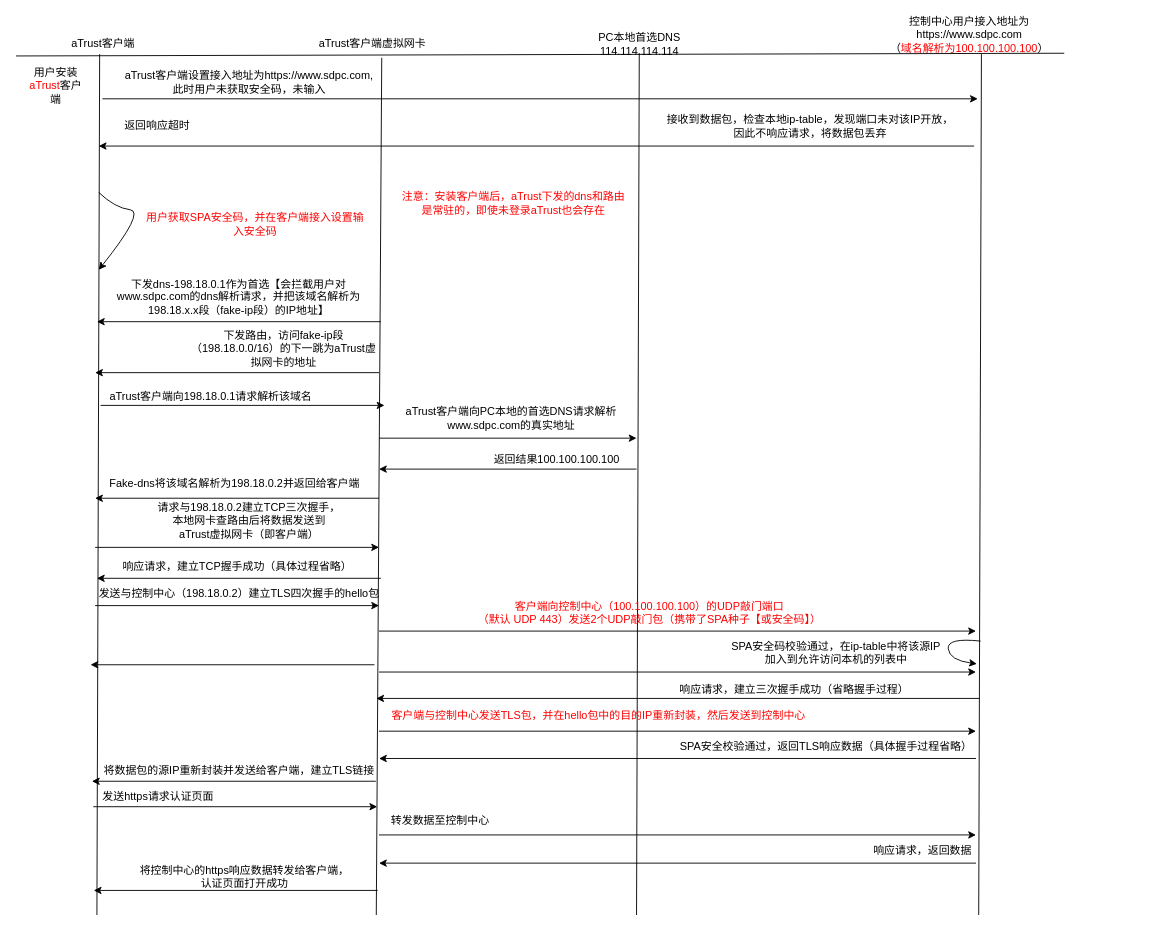
The draw.io diagram SPA----UDP敲门+TCP业 务隐身原理流程.drawio in lixi47/java--, before the edit. Source tidied: cells renumbered, new cells numbered last; positions are measured from the earlier drawing's top-left corner, leaving out a move shared by most shapes. Both pictures are drawn from the tidied source at 91%, with x=0, y=0 at pixel (15, 21).
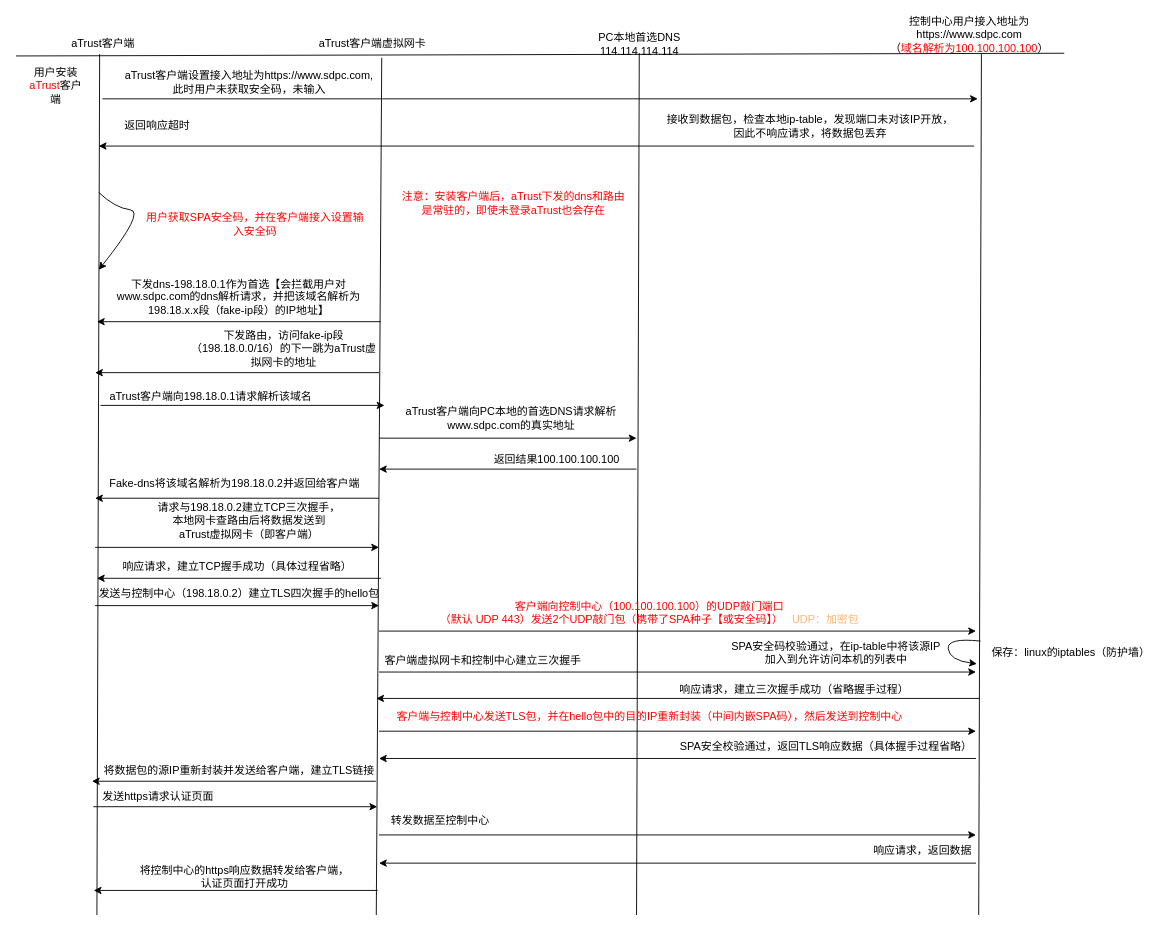
The same diagram, later.

Commit message:
更新SPA----UDP敲门+TCP业 务隐身原理流程.drawio

The edit, as a diff of the source:
```diff
@@
-    <mxCell id="39" value="&lt;font style=&quot;color: light-dark(rgb(255, 0, 0), rgb(255, 0, 0));&quot;&gt;客户端向控制中心（100.100.100.100）的UDP敲门端口&lt;/font&gt;&lt;div&gt;&lt;font style=&quot;color: light-dark(rgb(255, 0, 0), rgb(255, 0, 0));&quot;&gt;（默认 UDP 443）发送2个UDP敲门包（携带了SPA种子【或安全码】）&lt;/font&gt;&lt;/div&gt;" style="text;html=1;align=center;verticalAlign=middle;strokeColor=none;fillColor=none;" parent="1" vertex="1">
-      <mxGeometry x="495" y="629" width="401" height="41" as="geometry" />
+    <mxCell id="39" value="&lt;font style=&quot;color: light-dark(rgb(255, 0, 0), rgb(255, 0, 0));&quot;&gt;客户端向控制中心（100.100.100.100）的UDP敲门端口&lt;/font&gt;&lt;div&gt;&lt;font style=&quot;color: light-dark(rgb(255, 0, 0), rgb(255, 0, 0));&quot;&gt;（默认 UDP 443）发送2个UDP敲门包（携带了SPA种子【或安全码】）&amp;nbsp; &amp;nbsp;&lt;/font&gt;&lt;font style=&quot;color: light-dark(rgb(255, 181, 112), rgb(255, 0, 0));&quot;&gt;UDP：&lt;/font&gt;&lt;font style=&quot;color: light-dark(rgb(255, 181, 112), rgb(255, 0, 0));&quot;&gt;加密包&lt;/font&gt;&lt;/div&gt;" style="text;html=1;align=center;verticalAlign=middle;strokeColor=none;fillColor=none;" parent="1" vertex="1">
+      <mxGeometry x="454" y="629" width="484" height="41" as="geometry" />
     </mxCell>
@@
-    <mxCell id="46" value="&lt;font style=&quot;color: rgb(255, 0, 0);&quot;&gt;客户端与控制中心发送TLS包，并在hello包中的目的IP重新封装，然后发送到控制中心&lt;/font&gt;" style="text;html=1;align=center;verticalAlign=middle;strokeColor=none;fillColor=none;" parent="1" vertex="1">
-      <mxGeometry x="403" y="750" width="473" height="26" as="geometry" />
+    <mxCell id="46" value="&lt;font style=&quot;color: rgb(255, 0, 0);&quot;&gt;客户端与控制中心发送TLS包，并在hello包中的目的IP重新封装（中间内嵌SPA码），然后发送到控制中心&lt;/font&gt;" style="text;html=1;align=center;verticalAlign=middle;strokeColor=none;fillColor=none;" parent="1" vertex="1">
+      <mxGeometry x="406" y="751" width="580" height="26" as="geometry" />
     </mxCell>
@@
-    <mxCell id="49" style="endArrow=classic;html=1;rounded=0;" parent="1" edge="1">
-      <mxGeometry relative="1" as="geometry">
-        <mxPoint x="394" y="707" as="sourcePoint" />
-        <mxPoint x="82" y="707" as="targetPoint" />
-      </mxGeometry>
-    </mxCell>
@@
+    <mxCell id="60" value="客户端虚拟网卡和控制中心建立三次握手" style="text;html=1;align=center;verticalAlign=middle;strokeColor=none;fillColor=none;" parent="1" vertex="1">
+      <mxGeometry x="396" y="690" width="234" height="26" as="geometry" />
+    </mxCell>
+    <mxCell id="61" value="保存：linux的ip&lt;span style=&quot;background-color: transparent; color: light-dark(rgb(0, 0, 0), rgb(255, 255, 255));&quot;&gt;tables（防护墙）&lt;/span&gt;" style="text;html=1;align=center;verticalAlign=middle;strokeColor=none;fillColor=none;" parent="1" vertex="1">
+      <mxGeometry x="1063" y="680.5" width="192" height="26" as="geometry" />
+    </mxCell>
```
